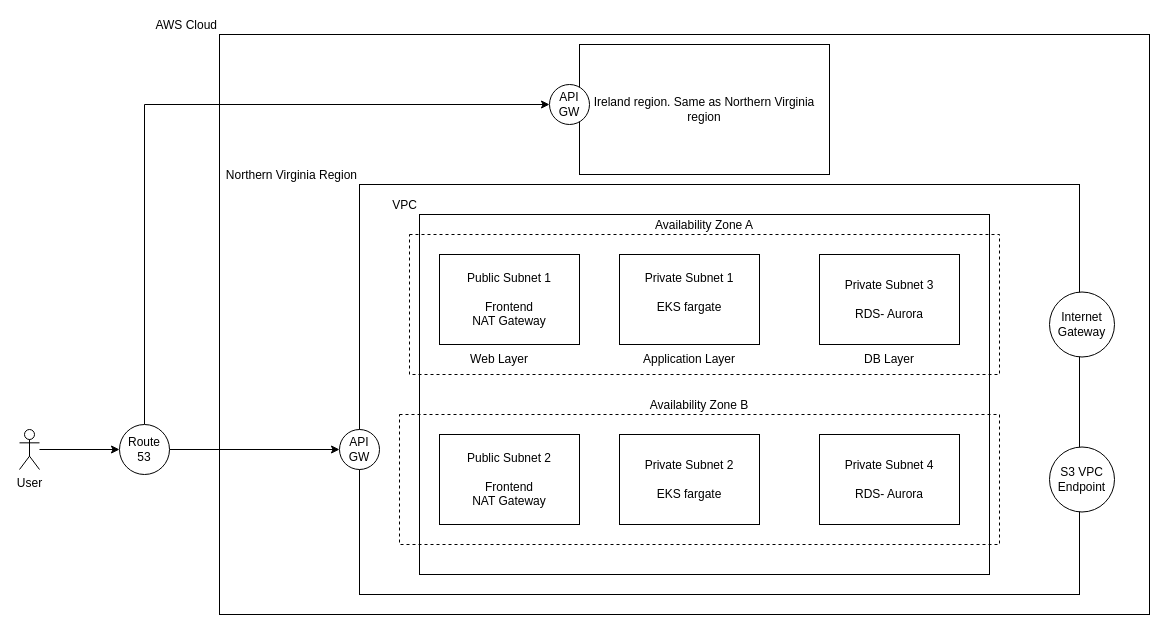
This is Docs/Saayam_AWS.drawio from saayam-for-all/devsecops, a draw.io file, before an edit. Source tidied: cells renumbered, new cells numbered last; positions are measured from the earlier drawing's top-left corner, leaving out a move shared by most shapes. Both pictures are drawn from the tidied source at 100%, with x=0, y=0 at pixel (19, 34).
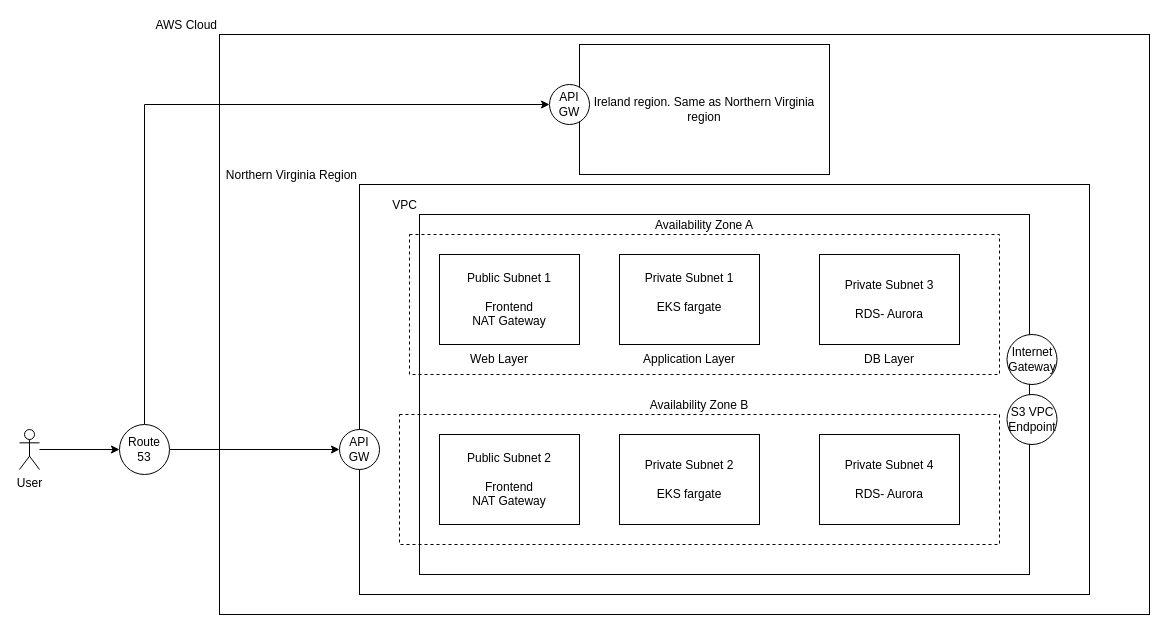
The same page after the edit.

What changed in the source:
```diff
@@
-    <mxCell id="9" value="Northern Virginia Region" style="rounded=0;whiteSpace=wrap;html=1;labelPosition=left;verticalLabelPosition=top;align=right;verticalAlign=bottom;" parent="1" vertex="1">
-      <mxGeometry x="340" y="150" width="720" height="410" as="geometry" />
+    <mxCell id="9" value="Northern Virginia Region" style="rounded=0;whiteSpace=wrap;html=1;labelPosition=left;verticalLabelPosition=top;align=right;verticalAlign=bottom;strokeColor=#000000;" parent="1" vertex="1">
+      <mxGeometry x="340" y="150" width="730" height="410" as="geometry" />
     </mxCell>
@@
     <mxCell id="12" value="VPC" style="rounded=0;whiteSpace=wrap;html=1;labelPosition=left;verticalLabelPosition=top;align=right;verticalAlign=bottom;" parent="1" vertex="1">
-      <mxGeometry x="400" y="180" width="570" height="360" as="geometry" />
+      <mxGeometry x="400" y="180" width="610" height="360" as="geometry" />
     </mxCell>
@@
     <mxCell id="24" value="Internet&lt;div&gt;Gateway&lt;/div&gt;" style="ellipse;whiteSpace=wrap;html=1;" parent="1" vertex="1">
-      <mxGeometry x="1030" y="257.5" width="65" height="65" as="geometry" />
+      <mxGeometry x="987.5" y="300" width="50" height="50" as="geometry" />
     </mxCell>
     <mxCell id="25" value="S3 VPC Endpoint" style="ellipse;whiteSpace=wrap;html=1;" parent="1" vertex="1">
-      <mxGeometry x="1030" y="412.5" width="65" height="65" as="geometry" />
+      <mxGeometry x="987.5" y="360" width="50" height="50" as="geometry" />
     </mxCell>
```
